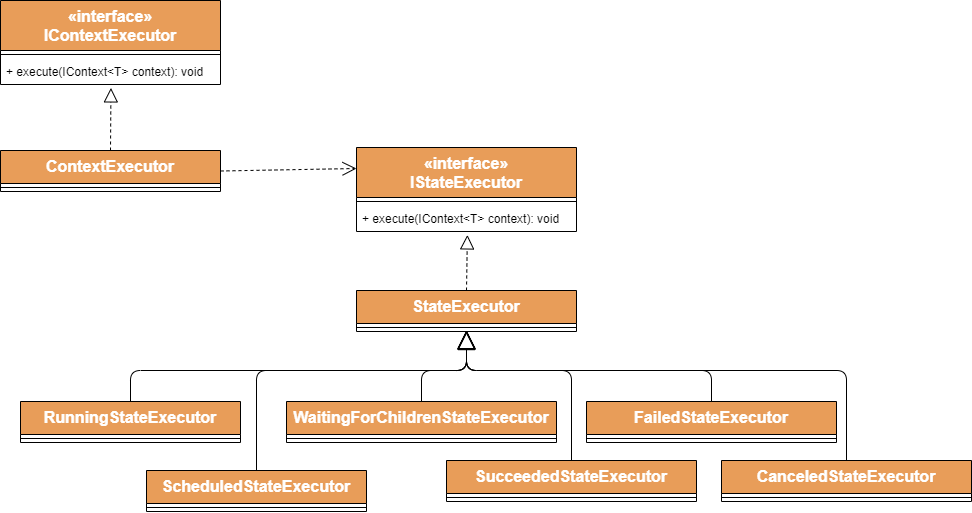
The draw.io diagram docs/Executor.png in BrunoMNDantas/TPL4J, before a commit. Source tidied: cells renumbered, new cells last; positions are measured from the earlier drawing's top-left corner, leaving out a move shared by most shapes.
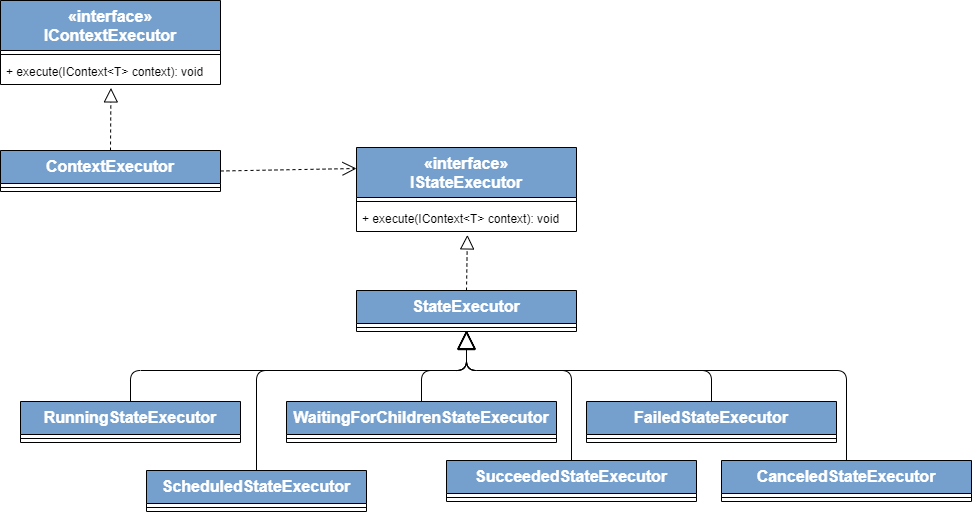
After the commit.

Diff of the diagram source:
```diff
@@ -5,7 +5,7 @@
     <mxCell id="2" style="endArrow=block;dashed=1;endFill=0;endSize=12;html=1;fontSize=16;fontColor=none;exitX=0.5;exitY=0;exitDx=0;exitDy=0;labelBackgroundColor=none;entryX=0.502;entryY=1.131;entryDx=0;entryDy=0;entryPerimeter=0;noLabel=1;" parent="1" edge="1" source="6" target="5">
       <mxGeometry relative="1" as="geometry" />
     </mxCell>
-    <mxCell id="3" value="«interface»&#10;IContextExecutor" style="swimlane;fontStyle=1;align=center;verticalAlign=top;horizontal=1;startSize=50;fillColor=#e89d59;gradientColor=none;fontSize=16;fontColor=#FFFFFF;" parent="1" vertex="1">
+    <mxCell id="3" value="«interface»&#10;IContextExecutor" style="swimlane;fontStyle=1;align=center;verticalAlign=top;horizontal=1;startSize=50;fillColor=#75A0CD;gradientColor=none;fontSize=16;fontColor=#FFFFFF;" parent="1" vertex="1">
       <mxGeometry width="220" height="84" as="geometry" />
     </mxCell>
     <mxCell id="4" style="line;strokeWidth=1;fillColor=none;align=left;verticalAlign=middle;spacingTop=-1;spacingLeft=3;spacingRight=3;labelPosition=right;" parent="3" vertex="1">
@@ -14,7 +14,7 @@
     <mxCell id="5" value="+ execute(IContext&lt;T&gt; context): void" style="text;strokeColor=none;fillColor=none;align=left;verticalAlign=top;spacingLeft=4;spacingRight=4;overflow=hidden;points=[[0,0.5],[1,0.5]];portConstraint=eastwest;" parent="3" vertex="1">
       <mxGeometry y="58" width="220" height="26" as="geometry" />
     </mxCell>
-    <mxCell id="6" value="ContextExecutor" style="swimlane;fontStyle=1;align=center;verticalAlign=top;horizontal=1;startSize=33;fillColor=#e89d59;gradientColor=none;fontSize=16;fontColor=#FFFFFF;" parent="1" vertex="1">
+    <mxCell id="6" value="ContextExecutor" style="swimlane;fontStyle=1;align=center;verticalAlign=top;horizontal=1;startSize=33;fillColor=#75A0CD;gradientColor=none;fontSize=16;fontColor=#FFFFFF;" parent="1" vertex="1">
       <mxGeometry y="150" width="220" height="41" as="geometry" />
     </mxCell>
     <mxCell id="7" style="line;strokeWidth=1;fillColor=none;align=left;verticalAlign=middle;spacingTop=-1;spacingLeft=3;spacingRight=3;labelPosition=right;" parent="6" vertex="1">
@@ -79,25 +79,25 @@
         </Array>
       </mxGeometry>
     </mxCell>
-    <mxCell id="16" value="RunningStateExecutor" style="swimlane;fontStyle=1;align=center;verticalAlign=top;horizontal=1;startSize=33;fillColor=#e89d59;gradientColor=none;fontSize=16;fontColor=#FFFFFF;" parent="1" vertex="1">
+    <mxCell id="16" value="RunningStateExecutor" style="swimlane;fontStyle=1;align=center;verticalAlign=top;horizontal=1;startSize=33;fillColor=#75A0CD;gradientColor=none;fontSize=16;fontColor=#FFFFFF;" parent="1" vertex="1">
       <mxGeometry x="20" y="401" width="220" height="41" as="geometry" />
     </mxCell>
     <mxCell id="17" style="line;strokeWidth=1;fillColor=none;align=left;verticalAlign=middle;spacingTop=-1;spacingLeft=3;spacingRight=3;labelPosition=right;" parent="16" vertex="1">
       <mxGeometry y="33" width="220" height="8" as="geometry" />
     </mxCell>
-    <mxCell id="18" value="ScheduledStateExecutor" style="swimlane;fontStyle=1;align=center;verticalAlign=top;horizontal=1;startSize=33;fillColor=#e89d59;gradientColor=none;fontSize=16;fontColor=#FFFFFF;" parent="1" vertex="1">
+    <mxCell id="18" value="ScheduledStateExecutor" style="swimlane;fontStyle=1;align=center;verticalAlign=top;horizontal=1;startSize=33;fillColor=#75A0CD;gradientColor=none;fontSize=16;fontColor=#FFFFFF;" parent="1" vertex="1">
       <mxGeometry x="146" y="470" width="220" height="41" as="geometry" />
     </mxCell>
     <mxCell id="19" style="line;strokeWidth=1;fillColor=none;align=left;verticalAlign=middle;spacingTop=-1;spacingLeft=3;spacingRight=3;labelPosition=right;" parent="18" vertex="1">
       <mxGeometry y="33" width="220" height="8" as="geometry" />
     </mxCell>
-    <mxCell id="20" value="WaitingForChildrenStateExecutor" style="swimlane;fontStyle=1;align=center;verticalAlign=top;horizontal=1;startSize=33;fillColor=#e89d59;gradientColor=none;fontSize=16;fontColor=#FFFFFF;" parent="1" vertex="1">
+    <mxCell id="20" value="WaitingForChildrenStateExecutor" style="swimlane;fontStyle=1;align=center;verticalAlign=top;horizontal=1;startSize=33;fillColor=#75A0CD;gradientColor=none;fontSize=16;fontColor=#FFFFFF;" parent="1" vertex="1">
       <mxGeometry x="286" y="401" width="270" height="41" as="geometry" />
     </mxCell>
     <mxCell id="21" style="line;strokeWidth=1;fillColor=none;align=left;verticalAlign=middle;spacingTop=-1;spacingLeft=3;spacingRight=3;labelPosition=right;" parent="20" vertex="1">
       <mxGeometry y="33" width="270" height="8" as="geometry" />
     </mxCell>
-    <mxCell id="22" value="«interface»&#10;IStateExecutor" style="swimlane;fontStyle=1;align=center;verticalAlign=top;horizontal=1;startSize=50;fillColor=#e89d59;gradientColor=none;fontSize=16;fontColor=#FFFFFF;" parent="1" vertex="1">
+    <mxCell id="22" value="«interface»&#10;IStateExecutor" style="swimlane;fontStyle=1;align=center;verticalAlign=top;horizontal=1;startSize=50;fillColor=#75A0CD;gradientColor=none;fontSize=16;fontColor=#FFFFFF;" parent="1" vertex="1">
       <mxGeometry x="356" y="147" width="220" height="84" as="geometry" />
     </mxCell>
     <mxCell id="23" style="line;strokeWidth=1;fillColor=none;align=left;verticalAlign=middle;spacingTop=-1;spacingLeft=3;spacingRight=3;labelPosition=right;" parent="22" vertex="1">
@@ -106,25 +106,25 @@
     <mxCell id="24" value="+ execute(IContext&lt;T&gt; context): void" style="text;strokeColor=none;fillColor=none;align=left;verticalAlign=top;spacingLeft=4;spacingRight=4;overflow=hidden;points=[[0,0.5],[1,0.5]];portConstraint=eastwest;" parent="22" vertex="1">
       <mxGeometry y="58" width="220" height="26" as="geometry" />
     </mxCell>
-    <mxCell id="25" value="StateExecutor" style="swimlane;fontStyle=1;align=center;verticalAlign=top;horizontal=1;startSize=33;fillColor=#e89d59;gradientColor=none;fontSize=16;fontColor=#FFFFFF;" parent="1" vertex="1">
+    <mxCell id="25" value="StateExecutor" style="swimlane;fontStyle=1;align=center;verticalAlign=top;horizontal=1;startSize=33;fillColor=#75A0CD;gradientColor=none;fontSize=16;fontColor=#FFFFFF;" parent="1" vertex="1">
       <mxGeometry x="356" y="290" width="220" height="41" as="geometry" />
     </mxCell>
     <mxCell id="26" style="line;strokeWidth=1;fillColor=none;align=left;verticalAlign=middle;spacingTop=-1;spacingLeft=3;spacingRight=3;labelPosition=right;" parent="25" vertex="1">
       <mxGeometry y="33" width="220" height="8" as="geometry" />
     </mxCell>
-    <mxCell id="27" value="FailedStateExecutor" style="swimlane;fontStyle=1;align=center;verticalAlign=top;horizontal=1;startSize=33;fillColor=#e89d59;gradientColor=none;fontSize=16;fontColor=#FFFFFF;" parent="1" vertex="1">
+    <mxCell id="27" value="FailedStateExecutor" style="swimlane;fontStyle=1;align=center;verticalAlign=top;horizontal=1;startSize=33;fillColor=#75A0CD;gradientColor=none;fontSize=16;fontColor=#FFFFFF;" parent="1" vertex="1">
       <mxGeometry x="586" y="401" width="250" height="41" as="geometry" />
     </mxCell>
     <mxCell id="28" style="line;strokeWidth=1;fillColor=none;align=left;verticalAlign=middle;spacingTop=-1;spacingLeft=3;spacingRight=3;labelPosition=right;" parent="27" vertex="1">
       <mxGeometry y="33" width="250" height="8" as="geometry" />
     </mxCell>
-    <mxCell id="29" value="CanceledStateExecutor" style="swimlane;fontStyle=1;align=center;verticalAlign=top;horizontal=1;startSize=33;fillColor=#e89d59;gradientColor=none;fontSize=16;fontColor=#FFFFFF;" parent="1" vertex="1">
+    <mxCell id="29" value="CanceledStateExecutor" style="swimlane;fontStyle=1;align=center;verticalAlign=top;horizontal=1;startSize=33;fillColor=#75A0CD;gradientColor=none;fontSize=16;fontColor=#FFFFFF;" parent="1" vertex="1">
       <mxGeometry x="721" y="460" width="250" height="41" as="geometry" />
     </mxCell>
     <mxCell id="30" style="line;strokeWidth=1;fillColor=none;align=left;verticalAlign=middle;spacingTop=-1;spacingLeft=3;spacingRight=3;labelPosition=right;" parent="29" vertex="1">
       <mxGeometry y="33" width="250" height="8" as="geometry" />
     </mxCell>
-    <mxCell id="31" value="SucceededStateExecutor" style="swimlane;fontStyle=1;align=center;verticalAlign=top;horizontal=1;startSize=33;fillColor=#e89d59;gradientColor=none;fontSize=16;fontColor=#FFFFFF;" parent="1" vertex="1">
+    <mxCell id="31" value="SucceededStateExecutor" style="swimlane;fontStyle=1;align=center;verticalAlign=top;horizontal=1;startSize=33;fillColor=#75A0CD;gradientColor=none;fontSize=16;fontColor=#FFFFFF;" parent="1" vertex="1">
       <mxGeometry x="446" y="460" width="250" height="41" as="geometry" />
     </mxCell>
     <mxCell id="32" style="line;strokeWidth=1;fillColor=none;align=left;verticalAlign=middle;spacingTop=-1;spacingLeft=3;spacingRight=3;labelPosition=right;" parent="31" vertex="1">
```
